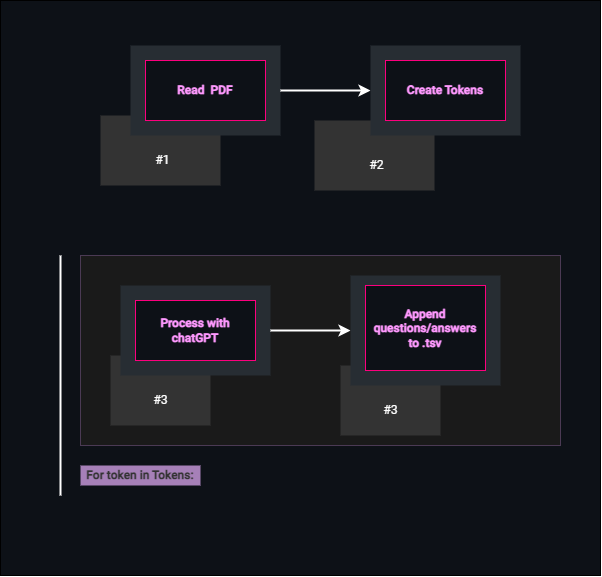
Before: img/AI-powered-flashcards.png, a diagram exported from draw.io (saradfrz/brain-gadget). Source tidied: cells renumbered, new cells last; positions are measured from the earlier drawing's top-left corner, leaving out a move shared by most shapes. Its diagram source:
```xml
<mxGraphModel>
  <root>
    <mxCell id="0" />
    <mxCell id="1" parent="0" />
    <mxCell id="2" style="rounded=0;whiteSpace=wrap;html=1;fillColor=#0D1117;" parent="1" vertex="1">
      <mxGeometry width="600" height="575" as="geometry" />
    </mxCell>
    <mxCell id="3" style="rounded=0;whiteSpace=wrap;html=1;strokeColor=none;fillColor=#333333;" parent="1" vertex="1">
      <mxGeometry x="314" y="120" width="120" height="70" as="geometry" />
    </mxCell>
    <mxCell id="4" value="&lt;font color=&quot;#ffffff&quot;&gt;#2&lt;/font&gt;" style="rounded=0;whiteSpace=wrap;html=1;strokeColor=none;fillColor=none;fontFamily=Roboto;fontSource=https%3A%2F%2Ffonts.googleapis.com%2Fcss%3Ffamily%3DRoboto;" parent="1" vertex="1">
      <mxGeometry x="334" y="150" width="85" height="30" as="geometry" />
    </mxCell>
    <mxCell id="5" style="rounded=0;whiteSpace=wrap;html=1;fillColor=#1A1A1A;strokeColor=#4B3A54;" parent="1" vertex="1">
      <mxGeometry x="80" y="255" width="480" height="190" as="geometry" />
    </mxCell>
    <mxCell id="6" style="rounded=0;whiteSpace=wrap;html=1;strokeColor=none;fillColor=#333333;" parent="1" vertex="1">
      <mxGeometry x="100" y="115" width="120" height="70" as="geometry" />
    </mxCell>
    <mxCell id="7" style="rounded=0;whiteSpace=wrap;html=1;fillColor=#272d33;strokeColor=none;" parent="1" vertex="1">
      <mxGeometry x="130" y="45" width="150" height="90" as="geometry" />
    </mxCell>
    <mxCell id="8" style="edgeStyle=orthogonalEdgeStyle;rounded=0;jettySize=auto;html=1;entryX=0;entryY=0.5;entryDx=0;entryDy=0;exitX=1;exitY=0.5;exitDx=0;exitDy=0;strokeColor=#FFFFFF;strokeWidth=2;" parent="1" edge="1" source="7" target="11">
      <mxGeometry relative="1" as="geometry" />
    </mxCell>
    <mxCell id="9" value="&lt;b style=&quot;&quot;&gt;&lt;font color=&quot;#ff99ff&quot;&gt;Read&amp;nbsp; PDF&lt;/font&gt;&lt;/b&gt;" style="rounded=0;whiteSpace=wrap;html=1;strokeColor=#FC007E;fontFamily=Roboto;fontSource=https%3A%2F%2Ffonts.googleapis.com%2Fcss%3Ffamily%3DRoboto;fillColor=#0d1117;" parent="1" vertex="1">
      <mxGeometry x="145" y="60" width="120" height="60" as="geometry" />
    </mxCell>
    <mxCell id="10" value="&lt;font color=&quot;#ffffff&quot;&gt;#1&lt;/font&gt;" style="rounded=0;whiteSpace=wrap;html=1;strokeColor=none;fillColor=none;fontFamily=Roboto;fontSource=https%3A%2F%2Ffonts.googleapis.com%2Fcss%3Ffamily%3DRoboto;" parent="1" vertex="1">
      <mxGeometry x="120" y="145" width="85" height="30" as="geometry" />
    </mxCell>
    <mxCell id="11" style="rounded=0;whiteSpace=wrap;html=1;fillColor=#272d33;strokeColor=none;" parent="1" vertex="1">
      <mxGeometry x="370" y="45" width="150" height="90" as="geometry" />
    </mxCell>
    <mxCell id="12" value="&lt;b style=&quot;&quot;&gt;&lt;font color=&quot;#ff99ff&quot;&gt;Create Tokens&lt;/font&gt;&lt;/b&gt;" style="rounded=0;whiteSpace=wrap;html=1;strokeColor=#FC007E;fontFamily=Roboto;fontSource=https%3A%2F%2Ffonts.googleapis.com%2Fcss%3Ffamily%3DRoboto;fillColor=#0d1117;" parent="1" vertex="1">
      <mxGeometry x="385" y="60" width="120" height="60" as="geometry" />
    </mxCell>
    <mxCell id="13" style="rounded=0;whiteSpace=wrap;html=1;strokeColor=none;fillColor=#333333;" parent="1" vertex="1">
      <mxGeometry x="110" y="355" width="100" height="70" as="geometry" />
    </mxCell>
    <mxCell id="14" style="edgeStyle=entityRelationEdgeStyle;rounded=0;jettySize=auto;html=1;exitX=1;exitY=0.5;exitDx=0;exitDy=0;strokeColor=#FFFFFF;strokeWidth=2;" parent="1" edge="1" source="15" target="22">
      <mxGeometry relative="1" as="geometry" />
    </mxCell>
    <mxCell id="15" style="rounded=0;whiteSpace=wrap;html=1;fillColor=#272d33;strokeColor=none;" parent="1" vertex="1">
      <mxGeometry x="120" y="285" width="150" height="90" as="geometry" />
    </mxCell>
    <mxCell id="16" value="&lt;b style=&quot;&quot;&gt;&lt;font color=&quot;#ff99ff&quot;&gt;Process with chatGPT&lt;/font&gt;&lt;/b&gt;" style="rounded=0;whiteSpace=wrap;html=1;strokeColor=#FC007E;fontFamily=Roboto;fontSource=https%3A%2F%2Ffonts.googleapis.com%2Fcss%3Ffamily%3DRoboto;fillColor=#0d1117;" parent="1" vertex="1">
      <mxGeometry x="135" y="300" width="120" height="60" as="geometry" />
    </mxCell>
    <mxCell id="17" value="&lt;font color=&quot;#ffffff&quot;&gt;#3&lt;/font&gt;" style="rounded=0;whiteSpace=wrap;html=1;strokeColor=none;fillColor=none;fontFamily=Roboto;fontSource=https%3A%2F%2Ffonts.googleapis.com%2Fcss%3Ffamily%3DRoboto;" parent="1" vertex="1">
      <mxGeometry x="127.5" y="385" width="65" height="30" as="geometry" />
    </mxCell>
    <mxCell id="18" style="endArrow=none;html=1;rounded=0;strokeColor=#FFFFFF;strokeWidth=2;" parent="1" edge="1">
      <mxGeometry relative="1" as="geometry">
        <mxPoint x="60" y="495" as="sourcePoint" />
        <mxPoint x="60" y="255" as="targetPoint" />
      </mxGeometry>
    </mxCell>
    <mxCell id="19" value="&lt;b style=&quot;&quot;&gt;&lt;font color=&quot;#333333&quot;&gt;For token in Tokens:&lt;/font&gt;&lt;/b&gt;" style="rounded=0;whiteSpace=wrap;html=1;strokeColor=none;fontFamily=Roboto;fontSource=https%3A%2F%2Ffonts.googleapis.com%2Fcss%3Ffamily%3DRoboto;fillColor=#A680B8;" parent="1" vertex="1">
      <mxGeometry x="80" y="465" width="120" height="20" as="geometry" />
    </mxCell>
    <mxCell id="20" style="rounded=0;whiteSpace=wrap;html=1;strokeColor=none;fillColor=#333333;" parent="1" vertex="1">
      <mxGeometry x="340" y="365" width="100" height="70" as="geometry" />
    </mxCell>
    <mxCell id="21" value="&lt;font color=&quot;#ffffff&quot;&gt;#3&lt;/font&gt;" style="rounded=0;whiteSpace=wrap;html=1;strokeColor=none;fillColor=none;fontFamily=Roboto;fontSource=https%3A%2F%2Ffonts.googleapis.com%2Fcss%3Ffamily%3DRoboto;" parent="1" vertex="1">
      <mxGeometry x="357.5" y="395" width="65" height="30" as="geometry" />
    </mxCell>
    <mxCell id="22" style="rounded=0;whiteSpace=wrap;html=1;fillColor=#272d33;strokeColor=none;" parent="1" vertex="1">
      <mxGeometry x="350" y="275" width="150" height="110" as="geometry" />
    </mxCell>
    <mxCell id="23" value="&lt;b style=&quot;&quot;&gt;&lt;font color=&quot;#ff99ff&quot;&gt;Append questions/answers&lt;br&gt;to .tsv&lt;/font&gt;&lt;/b&gt;" style="rounded=0;whiteSpace=wrap;html=1;strokeColor=#FC007E;fontFamily=Roboto;fontSource=https%3A%2F%2Ffonts.googleapis.com%2Fcss%3Ffamily%3DRoboto;align=center;fillColor=#0d1117;" parent="1" vertex="1">
      <mxGeometry x="365" y="285" width="120" height="85" as="geometry" />
    </mxCell>
  </root>
</mxGraphModel>
```
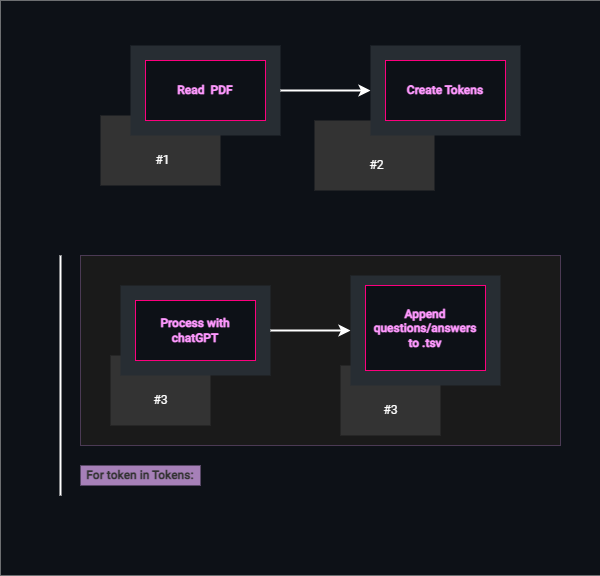
The same file after the commit.

Diff of the diagram source:
```diff
@@ -2,7 +2,7 @@
   <root>
     <mxCell id="0" />
     <mxCell id="1" parent="0" />
-    <mxCell id="2" style="rounded=0;whiteSpace=wrap;html=1;fillColor=#0D1117;" parent="1" vertex="1">
+    <mxCell id="2" style="rounded=0;whiteSpace=wrap;html=1;fillColor=#0D1117;strokeWidth=0;" parent="1" vertex="1">
       <mxGeometry width="600" height="575" as="geometry" />
     </mxCell>
     <mxCell id="3" style="rounded=0;whiteSpace=wrap;html=1;strokeColor=none;fillColor=#333333;" parent="1" vertex="1">
```
